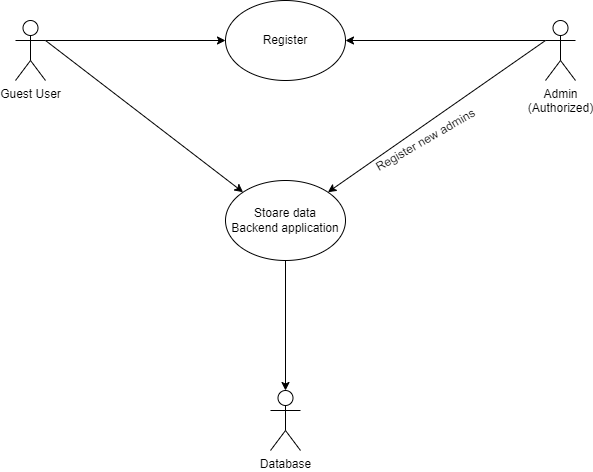
mohitleo03/Software-Engineering-Project-Management keeps this draw.io diagram as Use case diagram/Electronics Mart Register.png. Above is the earlier version. Source tidied: cells renumbered, new cells last; positions are measured from the earlier drawing's top-left corner, leaving out a move shared by most shapes.
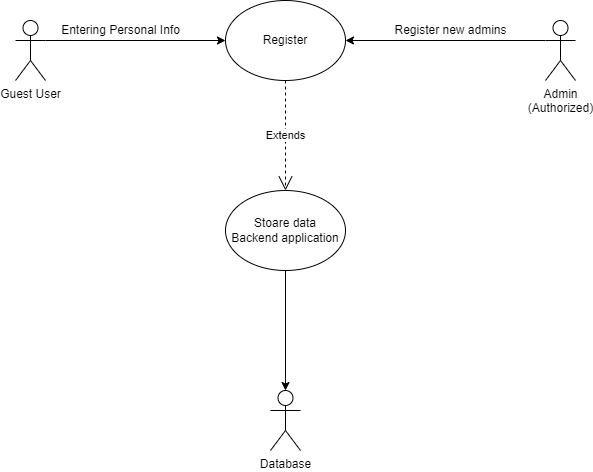
Above is the later version.

What changed in the source:
```diff
@@ -18,24 +18,22 @@
       <mxGeometry relative="1" as="geometry" />
     </mxCell>
     <mxCell id="7" value="Stoare data&lt;br&gt;Backend application" style="ellipse;whiteSpace=wrap;html=1;" parent="1" vertex="1">
-      <mxGeometry x="210" y="180" width="120" height="80" as="geometry" />
+      <mxGeometry x="210" y="190" width="120" height="80" as="geometry" />
     </mxCell>
     <mxCell id="8" value="Database" style="shape=umlActor;verticalLabelPosition=bottom;verticalAlign=top;html=1;outlineConnect=0;" parent="1" vertex="1">
       <mxGeometry x="255" y="390" width="30" height="60" as="geometry" />
     </mxCell>
-    <mxCell id="9" style="edgeStyle=none;rounded=0;jettySize=auto;html=1;exitX=1;exitY=0.3333333333333333;exitDx=0;exitDy=0;exitPerimeter=0;entryX=0;entryY=0;entryDx=0;entryDy=0;" parent="1" edge="1" source="3" target="7">
-      <mxGeometry relative="1" as="geometry" />
-    </mxCell>
     <mxCell id="10" style="edgeStyle=none;rounded=0;jettySize=auto;html=1;exitX=0;exitY=0.3333333333333333;exitDx=0;exitDy=0;exitPerimeter=0;entryX=1;entryY=0.5;entryDx=0;entryDy=0;" parent="1" edge="1" source="4" target="5">
       <mxGeometry relative="1" as="geometry" />
     </mxCell>
-    <mxCell id="11" style="edgeStyle=none;rounded=0;jettySize=auto;html=1;entryX=1;entryY=0;entryDx=0;entryDy=0;" parent="1" edge="1" target="7">
-      <mxGeometry relative="1" as="geometry">
-        <mxPoint x="530" y="40" as="sourcePoint" />
-      </mxGeometry>
-    </mxCell>
-    <mxCell id="12" value="Register new admins" style="text;html=1;align=center;verticalAlign=middle;strokeColor=none;fillColor=none;rotation=-30;" parent="1" vertex="1">
-      <mxGeometry x="345" y="130" width="130" height="20" as="geometry" />
+    <mxCell id="12" value="Register new admins" style="text;html=1;align=center;verticalAlign=middle;strokeColor=none;fillColor=none;rotation=0;" parent="1" vertex="1">
+      <mxGeometry x="370" y="20" width="130" height="20" as="geometry" />
     </mxCell>
+    <mxCell id="13" value="Extends" style="endArrow=open;endSize=12;dashed=1;html=1;rounded=0;exitX=0.5;exitY=1;exitDx=0;exitDy=0;entryX=0.5;entryY=0;entryDx=0;entryDy=0;" parent="1" edge="1" source="5" target="7">
+      <mxGeometry relative="1" as="geometry" />
+    </mxCell>
+    <mxCell id="14" value="Entering Personal Info" style="text;html=1;align=center;verticalAlign=middle;strokeColor=none;fillColor=none;" parent="1" vertex="1">
+      <mxGeometry x="40" y="20" width="130" height="20" as="geometry" />
+    </mxCell>
   </root>
 </mxGraphModel>
```
